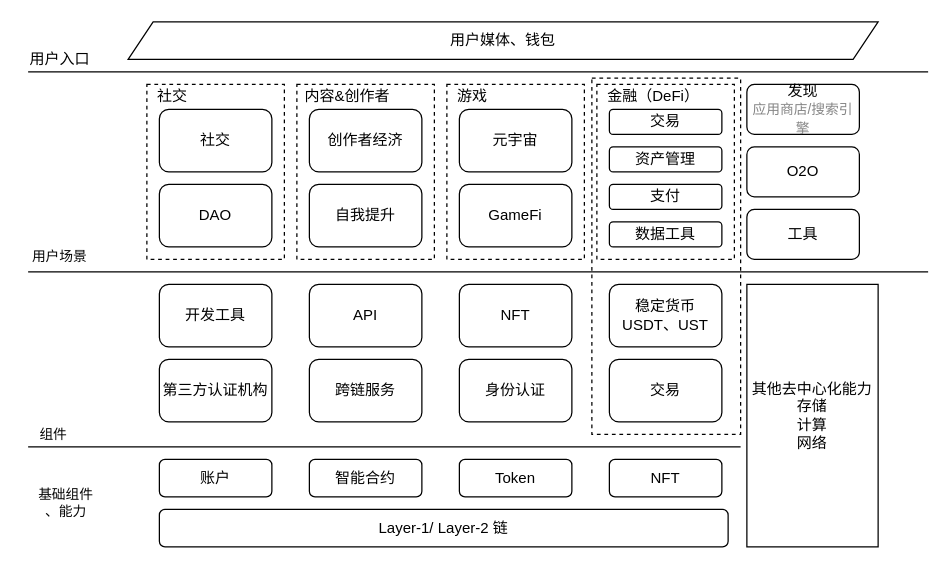
The draw.io diagram Web3_0.drawio in rangerTao/DrawBackup, before the edit. Source tidied: cells renumbered, new cells numbered last; positions are measured from the earlier drawing's top-left corner, leaving out a move shared by most shapes. Both pictures are drawn from the tidied source at 125%, with x=0, y=0 at pixel (21, 21).
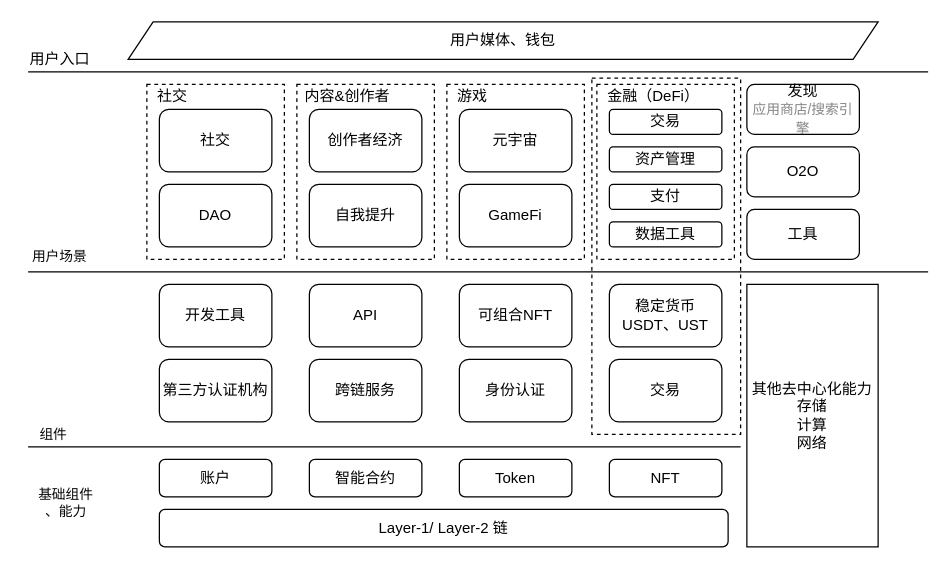
The same page after the edit.

What changed in the source:
```diff
@@
-    <mxCell id="31" value="NFT" style="rounded=1;whiteSpace=wrap;html=1;sketch=0;" parent="1" vertex="1">
+    <mxCell id="31" value="可组合NFT" style="rounded=1;whiteSpace=wrap;html=1;sketch=0;" parent="1" vertex="1">
       <mxGeometry x="350" y="210" width="90" height="50" as="geometry" />
     </mxCell>
```
